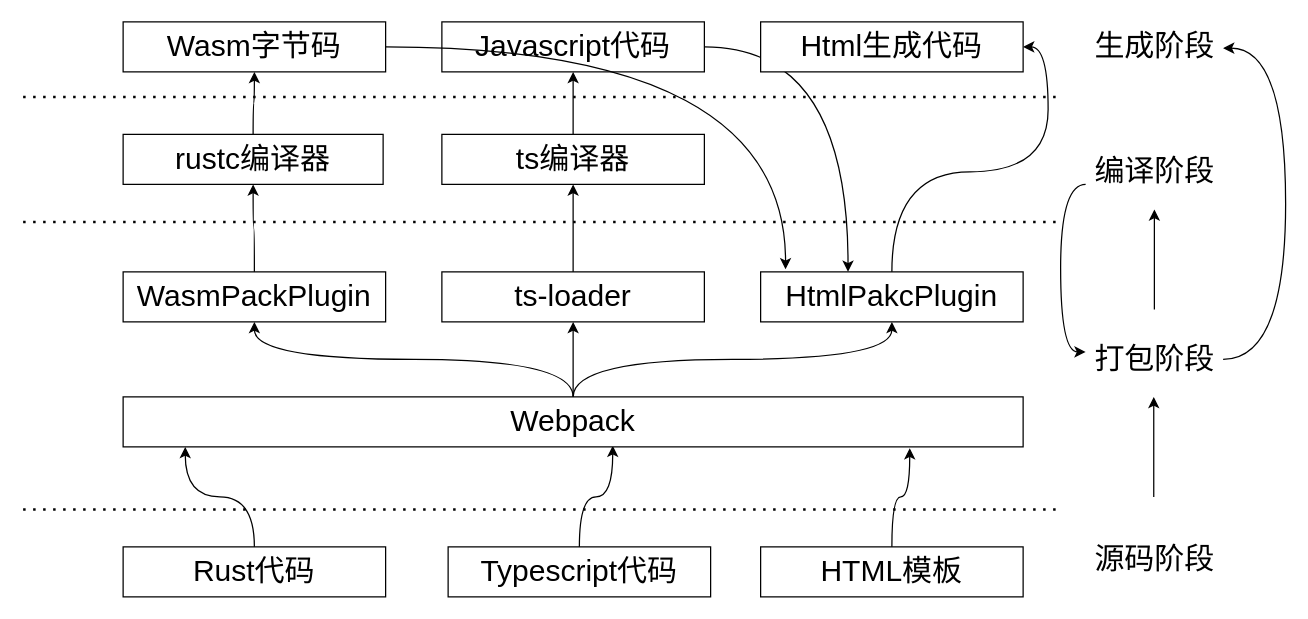
The draw.io diagram logical layer.drawio in estraining/diagram-store, before the edit. Source tidied: cells renumbered, new cells numbered last; positions are measured from the earlier drawing's top-left corner, leaving out a move shared by most shapes. Both pictures are drawn from the tidied source at 125%, with x=0, y=0 at pixel (22, 21).
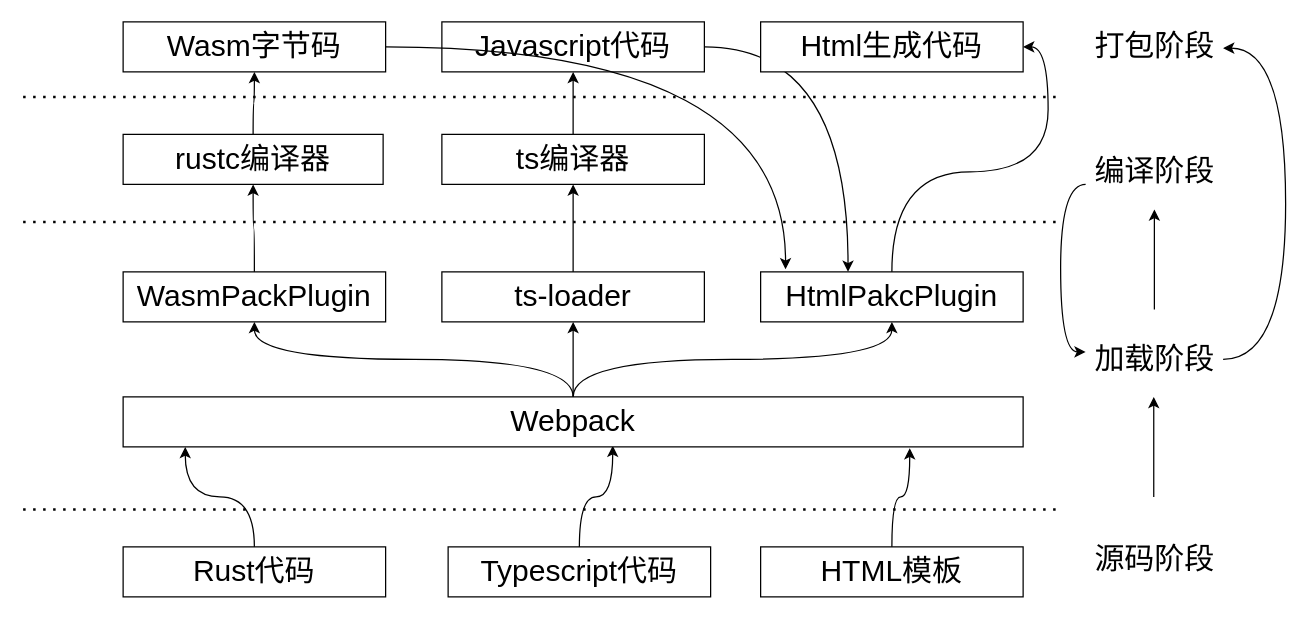
The same page after the edit.

What changed in the source:
```diff
@@
-    <mxCell id="30" value="&lt;span style=&quot;font-size: 24px&quot;&gt;生成阶段&lt;/span&gt;" style="text;html=1;align=center;verticalAlign=middle;" parent="1" vertex="1">
+    <mxCell id="30" value="&lt;span style=&quot;font-size: 24px&quot;&gt;打包阶段&lt;/span&gt;" style="text;html=1;align=center;verticalAlign=middle;" parent="1" vertex="1">
       <mxGeometry x="850" y="10" width="110" height="20" as="geometry" />
     </mxCell>
@@
-    <mxCell id="33" value="&lt;font style=&quot;font-size: 24px&quot;&gt;打包阶段&lt;/font&gt;" style="text;html=1;align=center;verticalAlign=middle;points=[];" parent="1" vertex="1">
+    <mxCell id="33" value="&lt;font style=&quot;font-size: 24px&quot;&gt;加载阶段&lt;/font&gt;" style="text;html=1;align=center;verticalAlign=middle;points=[];" parent="1" vertex="1">
       <mxGeometry x="850" y="260" width="110" height="20" as="geometry" />
     </mxCell>
```
